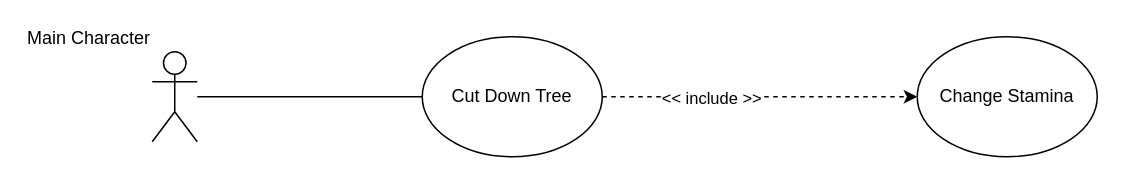
Above: page "draft" (4 of 4) of Document/Diagrams/sunny_field_use_cases.drawio in linhh563/sunny-fields (draw.io), before the change. Source tidied: cells renumbered, new cells numbered last; positions are measured from the earlier drawing's top-left corner, leaving out a move shared by most shapes. Both pictures are drawn from the tidied source at 150%, with x=0, y=0 at pixel (152, 36).
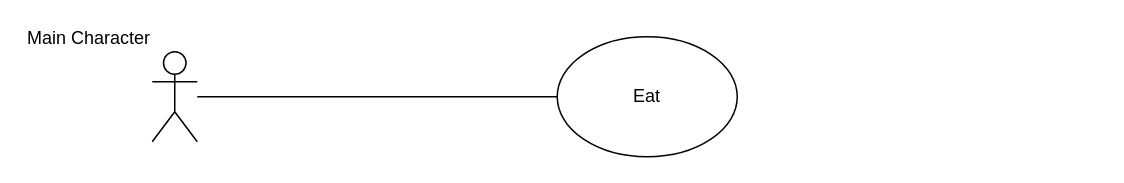
After the change.

The edit, as a diff of the source:
```diff
@@
 <mxGraphModel>
   <root>
     <mxCell id="0" />
     <mxCell id="1" parent="0" />
-    <mxCell id="2" style="rounded=0;jettySize=auto;html=1;endArrow=none;endFill=0;" parent="1" edge="1" source="3" target="7">
-      <mxGeometry relative="1" as="geometry" />
-    </mxCell>
+    <mxCell id="8" style="rounded=0;jettySize=auto;html=1;endArrow=none;endFill=0;" parent="1" edge="1" source="3" target="9">
+      <mxGeometry relative="1" as="geometry" />
+    </mxCell>
     <mxCell id="3" value="Main Character" style="shape=umlActor;verticalLabelPosition=top;verticalAlign=bottom;html=1;outlineConnect=0;labelPosition=left;align=right;" parent="1" vertex="1">
       <mxGeometry y="10" width="30" height="60" as="geometry" />
     </mxCell>
-    <mxCell id="4" value="Change Stamina" style="ellipse;whiteSpace=wrap;html=1;" parent="1" vertex="1">
-      <mxGeometry x="510" width="120" height="80" as="geometry" />
-    </mxCell>
-    <mxCell id="5" style="edgeStyle=orthogonalEdgeStyle;rounded=0;jettySize=auto;html=1;dashed=1;" parent="1" edge="1" source="7" target="4">
-      <mxGeometry relative="1" as="geometry" />
-    </mxCell>
-    <mxCell id="6" value="&amp;lt;&amp;lt; include &amp;gt;&amp;gt;" style="edgeLabel;html=1;align=center;verticalAlign=middle;" parent="5" vertex="1">
-      <mxGeometry x="-0.55" y="2" relative="1" as="geometry">
-        <mxPoint x="25" y="2" as="offset" />
-      </mxGeometry>
-    </mxCell>
-    <mxCell id="7" value="Cut Down Tree" style="ellipse;whiteSpace=wrap;html=1;" parent="1" vertex="1">
-      <mxGeometry x="180" width="120" height="80" as="geometry" />
-    </mxCell>
+    <mxCell id="9" value="Eat" style="ellipse;whiteSpace=wrap;html=1;" parent="1" vertex="1">
+      <mxGeometry x="270" width="120" height="80" as="geometry" />
+    </mxCell>
   </root>
 </mxGraphModel>
```
